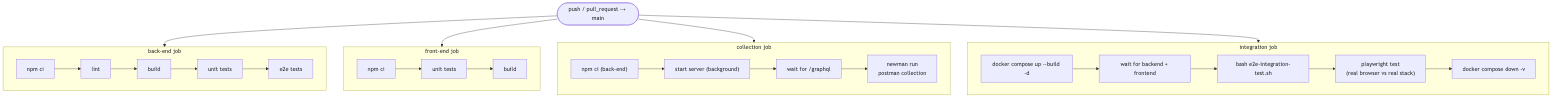
luizcurti/graphql-message-board keeps this Mermaid diagram as docs/img/ci-pipeline.png. Above is the earlier version. Its source is kept beside it as docs/mmd/ci-pipeline.mmd. Its diagram source:
```mermaid
flowchart TD
    Trigger(["push / pull_request → main"])

    subgraph J1["back-end job"]
        B1["npm ci"] --> B2["lint"] --> B3["build"] --> B4["unit tests"] --> B5["e2e tests"]
    end

    subgraph J2["front-end job"]
        F1["npm ci"] --> F2["unit tests"] --> F3["build"]
    end

    subgraph J3["collection job"]
        C1["npm ci (back-end)"] --> C2["start server (background)"] --> C3["wait for /graphql"] --> C4["newman run<br/>postman collection"]
    end

    subgraph J4["integration job"]
        D1["docker compose up --build -d"] --> D2["wait for backend + frontend"] --> D3["bash e2e-integration-test.sh"] --> D4["playwright test<br/>(real browser vs real stack)"] --> D5["docker compose down -v"]
    end

    Trigger --> J1
    Trigger --> J2
    Trigger --> J3
    Trigger --> J4
```
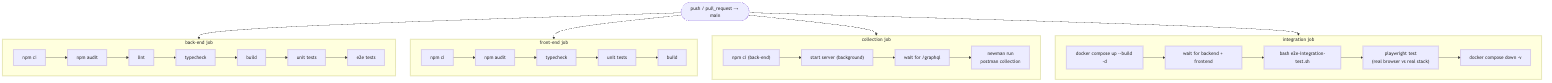
Later version of the same file.

The edit, as a diff of the source:
```diff
@@ -2,11 +2,11 @@
     Trigger(["push / pull_request → main"])
 
     subgraph J1["back-end job"]
-        B1["npm ci"] --> B2["lint"] --> B3["build"] --> B4["unit tests"] --> B5["e2e tests"]
+        B1["npm ci"] --> B1a["npm audit"] --> B2["lint"] --> B2a["typecheck"] --> B3["build"] --> B4["unit tests"] --> B5["e2e tests"]
     end
 
     subgraph J2["front-end job"]
-        F1["npm ci"] --> F2["unit tests"] --> F3["build"]
+        F1["npm ci"] --> F1a["npm audit"] --> F1b["typecheck"] --> F2["unit tests"] --> F3["build"]
     end
 
     subgraph J3["collection job"]
```
